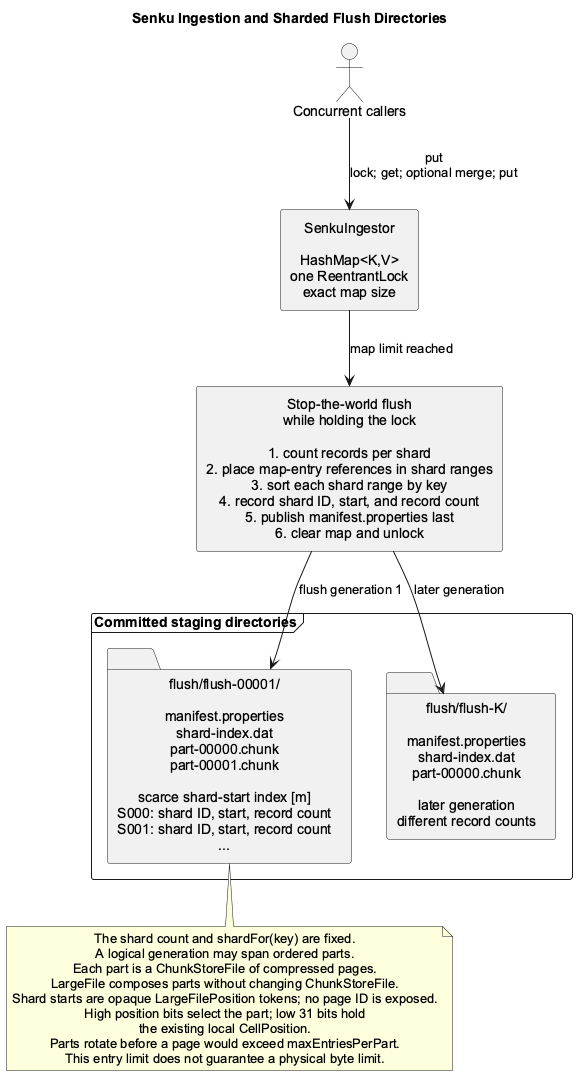
Before: docs/development/images/senku-ingestion-flush.png, a diagram exported from PlantUML (jajir/HestiaStore).
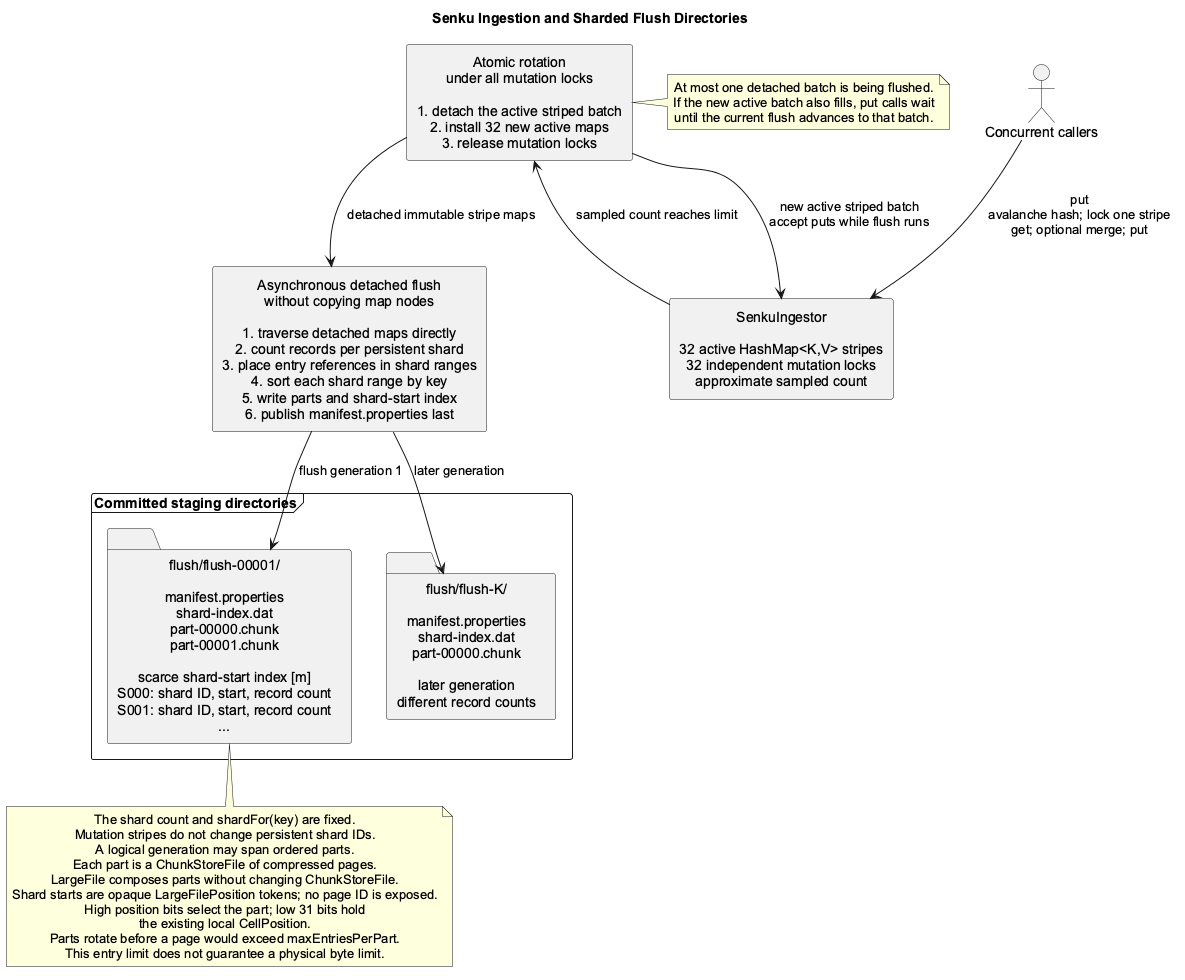
The same diagram one commit later.

Change to the diagram source:
```diff
@@ -9,21 +9,31 @@
 title Senku Ingestion and Sharded Flush Directories
 
 actor "Concurrent callers" as Callers
-component "SenkuIngestor\n\nHashMap<K,V>\none ReentrantLock\nexact map size" as Ingestor
-component "Stop-the-world flush\nwhile holding the lock\n\n1. count records per shard\n2. place map-entry references in shard ranges\n3. sort each shard range by key\n4. record shard ID, start, and record count\n5. publish manifest.properties last\n6. clear map and unlock" as Flush
+component "SenkuIngestor\n\n32 active HashMap<K,V> stripes\n32 independent mutation locks\napproximate sampled count" as Ingestor
+component "Atomic rotation\nunder all mutation locks\n\n1. detach the active striped batch\n2. install 32 new active maps\n3. release mutation locks" as Rotation
+component "Asynchronous detached flush\nwithout copying map nodes\n\n1. traverse detached maps directly\n2. count records per persistent shard\n3. place entry references in shard ranges\n4. sort each shard range by key\n5. write parts and shard-start index\n6. publish manifest.properties last" as Flush
 
 frame "Committed staging directories" {
   folder "flush/flush-00001/\n\nmanifest.properties\nshard-index.dat\npart-00000.chunk\npart-00001.chunk\n\nscarce shard-start index [m]\nS000: shard ID, start, record count\nS001: shard ID, start, record count\n..." as Flush1
   folder "flush/flush-K/\n\nmanifest.properties\nshard-index.dat\npart-00000.chunk\n\nlater generation\ndifferent record counts" as FlushK
 }
 
-Callers --> Ingestor : put\nlock; get; optional merge; put
-Ingestor --> Flush : map limit reached
+Callers --> Ingestor : put\navalanche hash; lock one stripe\nget; optional merge; put
+Ingestor --> Rotation : sampled count reaches limit
+Rotation --> Ingestor : new active striped batch\naccept puts while flush runs
+Rotation --> Flush : detached immutable stripe maps
 Flush --> Flush1 : flush generation 1
 Flush --> FlushK : later generation
 
+note right of Rotation
+At most one detached batch is being flushed.
+If the new active batch also fills, put calls wait
+until the current flush advances to that batch.
+end note
+
 note bottom of Flush1
 The shard count and shardFor(key) are fixed.
+Mutation stripes do not change persistent shard IDs.
 A logical generation may span ordered parts.
 Each part is a ChunkStoreFile of compressed pages.
 LargeFile composes parts without changing ChunkStoreFile.
```
